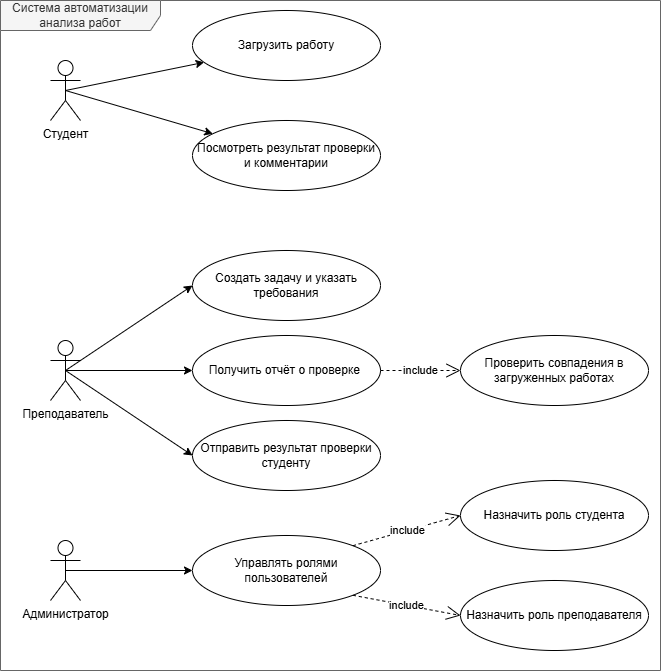
Above: Lab Work №1/docs/img.png in YRGBTW/-architecture_software_systems (draw.io), before the change. Source tidied: cells renumbered, new cells last; positions are measured from the earlier drawing's top-left corner, leaving out a move shared by most shapes. Source of this version:
```xml
<mxGraphModel background="#FFFFFF">
  <root>
    <mxCell id="0" />
    <mxCell id="1" parent="0" />
    <mxCell id="2" style="rounded=0;jettySize=auto;html=1;exitX=0.5;exitY=0.5;exitDx=0;exitDy=0;exitPerimeter=0;" parent="1" edge="1" source="3" target="7">
      <mxGeometry relative="1" as="geometry" />
    </mxCell>
    <mxCell id="3" value="Студент" style="shape=umlActor;verticalLabelPosition=bottom;verticalAlign=top;html=1;" parent="1" vertex="1">
      <mxGeometry x="50" y="60" width="30" height="60" as="geometry" />
    </mxCell>
    <mxCell id="4" value="Преподаватель" style="shape=umlActor;verticalLabelPosition=bottom;verticalAlign=top;html=1;" parent="1" vertex="1">
      <mxGeometry x="50" y="340" width="30" height="60" as="geometry" />
    </mxCell>
    <mxCell id="5" value="Администратор" style="shape=umlActor;verticalLabelPosition=bottom;verticalAlign=top;html=1;" parent="1" vertex="1">
      <mxGeometry x="50" y="540" width="30" height="60" as="geometry" />
    </mxCell>
    <mxCell id="6" value="Система автоматизации анализа работ" style="shape=umlFrame;whiteSpace=wrap;html=1;width=160;height=30;fillStyle=solid;fillColor=#f5f5f5;fontColor=#333333;strokeColor=#666666;" parent="1" vertex="1">
      <mxGeometry width="660" height="670" as="geometry" />
    </mxCell>
    <mxCell id="7" value="Загрузить работу" style="ellipse;whiteSpace=wrap;html=1;verticalAlign=middle;" parent="1" vertex="1">
      <mxGeometry x="192" y="10" width="188" height="70" as="geometry" />
    </mxCell>
    <mxCell id="8" style="rounded=0;jettySize=auto;html=1;exitX=0.5;exitY=0.5;exitDx=0;exitDy=0;exitPerimeter=0;" parent="1" edge="1" source="3" target="9">
      <mxGeometry relative="1" as="geometry" />
    </mxCell>
    <mxCell id="9" value="Посмотреть результат проверки и комментарии" style="ellipse;whiteSpace=wrap;html=1;verticalAlign=middle;" parent="1" vertex="1">
      <mxGeometry x="192" y="120" width="188" height="70" as="geometry" />
    </mxCell>
    <mxCell id="10" style="rounded=0;jettySize=auto;html=1;exitX=0.5;exitY=0.5;exitDx=0;exitDy=0;exitPerimeter=0;" parent="1" edge="1" source="5" target="11">
      <mxGeometry relative="1" as="geometry" />
    </mxCell>
    <mxCell id="11" value="Управлять ролями пользователей" style="ellipse;whiteSpace=wrap;html=1;verticalAlign=middle;" parent="1" vertex="1">
      <mxGeometry x="192" y="535" width="188" height="70" as="geometry" />
    </mxCell>
    <mxCell id="12" value="Назначить роль студента" style="ellipse;whiteSpace=wrap;html=1;verticalAlign=middle;" parent="1" vertex="1">
      <mxGeometry x="460" y="480" width="188" height="70" as="geometry" />
    </mxCell>
    <mxCell id="13" value="Назначить роль преподавателя" style="ellipse;whiteSpace=wrap;html=1;verticalAlign=middle;" parent="1" vertex="1">
      <mxGeometry x="460" y="580" width="188" height="70" as="geometry" />
    </mxCell>
    <mxCell id="14" value="include" style="endArrow=open;endSize=12;dashed=1;html=1;rounded=0;exitX=1;exitY=0;exitDx=0;exitDy=0;entryX=0;entryY=0.5;entryDx=0;entryDy=0;" parent="1" edge="1" source="11" target="12">
      <mxGeometry relative="1" as="geometry" />
    </mxCell>
    <mxCell id="15" value="include" style="endArrow=open;endSize=12;dashed=1;html=1;rounded=0;exitX=1;exitY=1;exitDx=0;exitDy=0;entryX=0;entryY=0.5;entryDx=0;entryDy=0;" parent="1" edge="1" source="11" target="13">
      <mxGeometry relative="1" as="geometry" />
    </mxCell>
    <mxCell id="16" style="rounded=0;jettySize=auto;html=1;exitX=0.5;exitY=0.5;exitDx=0;exitDy=0;exitPerimeter=0;entryX=0;entryY=0.5;entryDx=0;entryDy=0;" parent="1" edge="1" source="4" target="17">
      <mxGeometry relative="1" as="geometry" />
    </mxCell>
    <mxCell id="17" value="Создать задачу и указать требования" style="ellipse;whiteSpace=wrap;html=1;verticalAlign=middle;" parent="1" vertex="1">
      <mxGeometry x="192" y="250" width="188" height="70" as="geometry" />
    </mxCell>
    <mxCell id="18" value="Получить отчёт о проверке&amp;nbsp;" style="ellipse;whiteSpace=wrap;html=1;verticalAlign=middle;" parent="1" vertex="1">
      <mxGeometry x="192" y="335" width="188" height="70" as="geometry" />
    </mxCell>
    <mxCell id="19" value="Отправить результат проверки студенту" style="ellipse;whiteSpace=wrap;html=1;verticalAlign=middle;" parent="1" vertex="1">
      <mxGeometry x="192" y="420" width="188" height="70" as="geometry" />
    </mxCell>
    <mxCell id="20" value="Проверить совпадения в загруженных работах" style="ellipse;whiteSpace=wrap;html=1;verticalAlign=middle;" parent="1" vertex="1">
      <mxGeometry x="460" y="335" width="188" height="70" as="geometry" />
    </mxCell>
    <mxCell id="21" value="include" style="endArrow=open;endSize=12;dashed=1;html=1;rounded=0;exitX=1;exitY=0.5;exitDx=0;exitDy=0;entryX=0;entryY=0.5;entryDx=0;entryDy=0;" parent="1" edge="1" source="18" target="20">
      <mxGeometry relative="1" as="geometry" />
    </mxCell>
    <mxCell id="22" style="rounded=0;jettySize=auto;html=1;exitX=0.5;exitY=0.5;exitDx=0;exitDy=0;exitPerimeter=0;entryX=0;entryY=0.5;entryDx=0;entryDy=0;" parent="1" edge="1" source="4" target="18">
      <mxGeometry relative="1" as="geometry" />
    </mxCell>
    <mxCell id="23" style="rounded=0;jettySize=auto;html=1;exitX=0.5;exitY=0.5;exitDx=0;exitDy=0;exitPerimeter=0;entryX=0;entryY=0.5;entryDx=0;entryDy=0;" parent="1" edge="1" source="4" target="19">
      <mxGeometry relative="1" as="geometry" />
    </mxCell>
  </root>
</mxGraphModel>
```
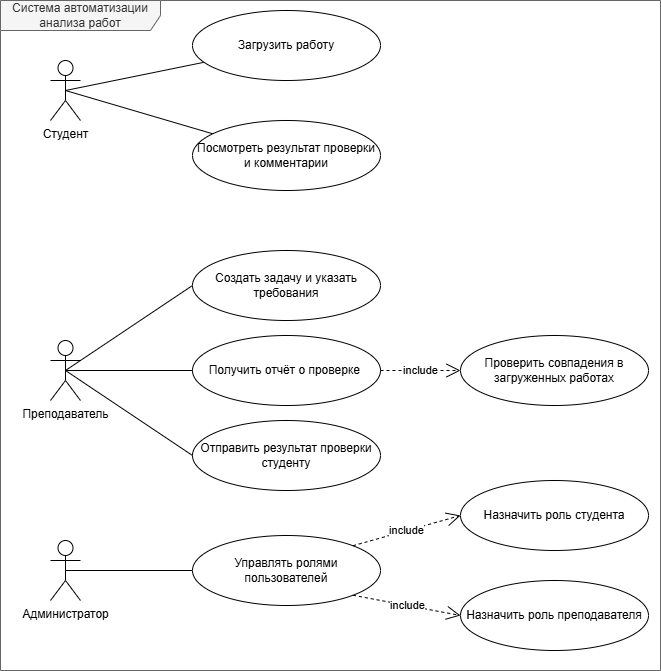
After the change.

Commit message:
Исправил диаграмму контейнеров, добавил контейнер для UI

Diff of the diagram source:
```diff
@@ -2,7 +2,7 @@
   <root>
     <mxCell id="0" />
     <mxCell id="1" parent="0" />
-    <mxCell id="2" style="rounded=0;jettySize=auto;html=1;exitX=0.5;exitY=0.5;exitDx=0;exitDy=0;exitPerimeter=0;" parent="1" edge="1" source="3" target="7">
+    <mxCell id="2" style="rounded=0;jettySize=auto;html=1;exitX=0.5;exitY=0.5;exitDx=0;exitDy=0;exitPerimeter=0;endArrow=none;endFill=0;" parent="1" edge="1" source="3" target="7">
       <mxGeometry relative="1" as="geometry" />
     </mxCell>
     <mxCell id="3" value="Студент" style="shape=umlActor;verticalLabelPosition=bottom;verticalAlign=top;html=1;" parent="1" vertex="1">
@@ -20,13 +20,13 @@
     <mxCell id="7" value="Загрузить работу" style="ellipse;whiteSpace=wrap;html=1;verticalAlign=middle;" parent="1" vertex="1">
       <mxGeometry x="192" y="10" width="188" height="70" as="geometry" />
     </mxCell>
-    <mxCell id="8" style="rounded=0;jettySize=auto;html=1;exitX=0.5;exitY=0.5;exitDx=0;exitDy=0;exitPerimeter=0;" parent="1" edge="1" source="3" target="9">
+    <mxCell id="8" style="rounded=0;jettySize=auto;html=1;exitX=0.5;exitY=0.5;exitDx=0;exitDy=0;exitPerimeter=0;endArrow=none;endFill=0;" parent="1" edge="1" source="3" target="9">
       <mxGeometry relative="1" as="geometry" />
     </mxCell>
     <mxCell id="9" value="Посмотреть результат проверки и комментарии" style="ellipse;whiteSpace=wrap;html=1;verticalAlign=middle;" parent="1" vertex="1">
       <mxGeometry x="192" y="120" width="188" height="70" as="geometry" />
     </mxCell>
-    <mxCell id="10" style="rounded=0;jettySize=auto;html=1;exitX=0.5;exitY=0.5;exitDx=0;exitDy=0;exitPerimeter=0;" parent="1" edge="1" source="5" target="11">
+    <mxCell id="10" style="rounded=0;jettySize=auto;html=1;exitX=0.5;exitY=0.5;exitDx=0;exitDy=0;exitPerimeter=0;endArrow=none;endFill=0;" parent="1" edge="1" source="5" target="11">
       <mxGeometry relative="1" as="geometry" />
     </mxCell>
     <mxCell id="11" value="Управлять ролями пользователей" style="ellipse;whiteSpace=wrap;html=1;verticalAlign=middle;" parent="1" vertex="1">
@@ -44,7 +44,7 @@
     <mxCell id="15" value="include" style="endArrow=open;endSize=12;dashed=1;html=1;rounded=0;exitX=1;exitY=1;exitDx=0;exitDy=0;entryX=0;entryY=0.5;entryDx=0;entryDy=0;" parent="1" edge="1" source="11" target="13">
       <mxGeometry relative="1" as="geometry" />
     </mxCell>
-    <mxCell id="16" style="rounded=0;jettySize=auto;html=1;exitX=0.5;exitY=0.5;exitDx=0;exitDy=0;exitPerimeter=0;entryX=0;entryY=0.5;entryDx=0;entryDy=0;" parent="1" edge="1" source="4" target="17">
+    <mxCell id="16" style="rounded=0;jettySize=auto;html=1;exitX=0.5;exitY=0.5;exitDx=0;exitDy=0;exitPerimeter=0;entryX=0;entryY=0.5;entryDx=0;entryDy=0;endArrow=none;endFill=0;" parent="1" edge="1" source="4" target="17">
       <mxGeometry relative="1" as="geometry" />
     </mxCell>
     <mxCell id="17" value="Создать задачу и указать требования" style="ellipse;whiteSpace=wrap;html=1;verticalAlign=middle;" parent="1" vertex="1">
@@ -62,10 +62,10 @@
     <mxCell id="21" value="include" style="endArrow=open;endSize=12;dashed=1;html=1;rounded=0;exitX=1;exitY=0.5;exitDx=0;exitDy=0;entryX=0;entryY=0.5;entryDx=0;entryDy=0;" parent="1" edge="1" source="18" target="20">
       <mxGeometry relative="1" as="geometry" />
     </mxCell>
-    <mxCell id="22" style="rounded=0;jettySize=auto;html=1;exitX=0.5;exitY=0.5;exitDx=0;exitDy=0;exitPerimeter=0;entryX=0;entryY=0.5;entryDx=0;entryDy=0;" parent="1" edge="1" source="4" target="18">
+    <mxCell id="22" style="rounded=0;jettySize=auto;html=1;exitX=0.5;exitY=0.5;exitDx=0;exitDy=0;exitPerimeter=0;entryX=0;entryY=0.5;entryDx=0;entryDy=0;endArrow=none;endFill=0;" parent="1" edge="1" source="4" target="18">
       <mxGeometry relative="1" as="geometry" />
     </mxCell>
-    <mxCell id="23" style="rounded=0;jettySize=auto;html=1;exitX=0.5;exitY=0.5;exitDx=0;exitDy=0;exitPerimeter=0;entryX=0;entryY=0.5;entryDx=0;entryDy=0;" parent="1" edge="1" source="4" target="19">
+    <mxCell id="23" style="rounded=0;jettySize=auto;html=1;exitX=0.5;exitY=0.5;exitDx=0;exitDy=0;exitPerimeter=0;entryX=0;entryY=0.5;entryDx=0;entryDy=0;endArrow=none;endFill=0;" parent="1" edge="1" source="4" target="19">
       <mxGeometry relative="1" as="geometry" />
     </mxCell>
   </root>
```
